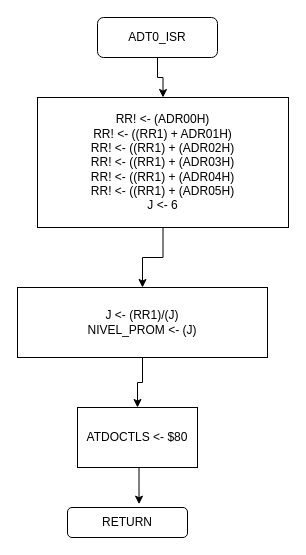
Above: 6-asyn_commun/diagrams/adt0_isr.drawio in brown9804/Dragon12_MC9S12DP256 (draw.io), before the change. Source tidied: cells renumbered, new cells numbered last; positions are measured from the earlier drawing's top-left corner, leaving out a move shared by most shapes. Both pictures are drawn from the tidied source at 100%, with x=0, y=0 at pixel (17, 17).
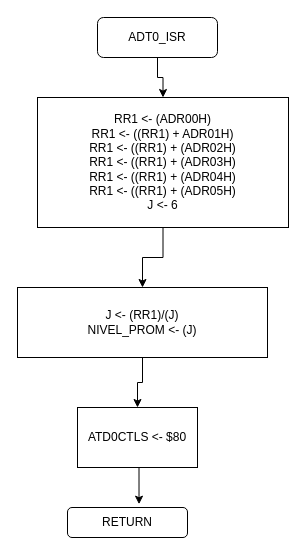
The same page after the edit.

The edit, as a diff of the source:
```diff
@@
 <mxGraphModel>
   <root>
     <mxCell id="0" />
     <mxCell id="1" parent="0" />
     <mxCell id="2" style="edgeStyle=orthogonalEdgeStyle;rounded=0;jettySize=auto;html=1;exitX=0.5;exitY=1;exitDx=0;exitDy=0;" parent="1" edge="1" source="3" target="5">
       <mxGeometry relative="1" as="geometry" />
     </mxCell>
     <mxCell id="3" value="ADT0_ISR" style="rounded=1;whiteSpace=wrap;html=1;" parent="1" vertex="1">
       <mxGeometry x="80" width="120" height="40" as="geometry" />
     </mxCell>
     <mxCell id="4" style="edgeStyle=orthogonalEdgeStyle;rounded=0;jettySize=auto;html=1;exitX=0.5;exitY=1;exitDx=0;exitDy=0;" parent="1" edge="1" source="5" target="7">
       <mxGeometry relative="1" as="geometry" />
     </mxCell>
-    <mxCell id="5" value="RR! &amp;lt;- (ADR00H)&lt;br&gt;RR! &amp;lt;- ((RR1) + ADR01H)&lt;br&gt;RR! &amp;lt;- ((RR1) +&amp;nbsp;(ADR02H)&lt;br&gt;RR! &amp;lt;- ((RR1) +&amp;nbsp;(ADR03H)&lt;br&gt;RR! &amp;lt;- ((RR1) +&amp;nbsp;(ADR04H)&lt;br&gt;RR! &amp;lt;- ((RR1) +&amp;nbsp;(ADR05H)&lt;br&gt;J &amp;lt;- 6" style="rounded=0;whiteSpace=wrap;html=1;" parent="1" vertex="1">
+    <mxCell id="5" value="RR1 &amp;lt;- (ADR00H)&lt;br&gt;RR1 &amp;lt;- ((RR1) + ADR01H)&lt;br&gt;RR1 &amp;lt;- ((RR1) +&amp;nbsp;(ADR02H)&lt;br&gt;RR1 &amp;lt;- ((RR1) +&amp;nbsp;(ADR03H)&lt;br&gt;RR1 &amp;lt;- ((RR1) +&amp;nbsp;(ADR04H)&lt;br&gt;RR1 &amp;lt;- ((RR1) +&amp;nbsp;(ADR05H)&lt;br&gt;J &amp;lt;- 6" style="rounded=0;whiteSpace=wrap;html=1;" parent="1" vertex="1">
       <mxGeometry x="20" y="80" width="251" height="130" as="geometry" />
     </mxCell>
     <mxCell id="6" style="edgeStyle=orthogonalEdgeStyle;rounded=0;jettySize=auto;html=1;exitX=0.5;exitY=1;exitDx=0;exitDy=0;" parent="1" edge="1" source="7" target="9">
       <mxGeometry relative="1" as="geometry" />
     </mxCell>
     <mxCell id="7" value="J &amp;lt;- (RR1)/(J)&lt;br&gt;NIVEL_PROM &amp;lt;- (J)" style="rounded=0;whiteSpace=wrap;html=1;" parent="1" vertex="1">
       <mxGeometry y="270" width="250" height="70" as="geometry" />
     </mxCell>
     <mxCell id="8" style="edgeStyle=orthogonalEdgeStyle;rounded=0;jettySize=auto;html=1;exitX=0.5;exitY=1;exitDx=0;exitDy=0;entryX=0.596;entryY=-0.11;entryDx=0;entryDy=0;entryPerimeter=0;" parent="1" edge="1" source="9" target="10">
       <mxGeometry relative="1" as="geometry" />
     </mxCell>
-    <mxCell id="9" value="ATDOCTLS &amp;lt;- $80" style="rounded=0;whiteSpace=wrap;html=1;" parent="1" vertex="1">
+    <mxCell id="9" value="ATD0CTLS &amp;lt;- $80" style="rounded=0;whiteSpace=wrap;html=1;" parent="1" vertex="1">
       <mxGeometry x="60" y="390" width="120" height="60" as="geometry" />
     </mxCell>
     <mxCell id="10" value="RETURN" style="rounded=1;whiteSpace=wrap;html=1;" parent="1" vertex="1">
       <mxGeometry x="50" y="490" width="120" height="30" as="geometry" />
     </mxCell>
   </root>
 </mxGraphModel>
```
